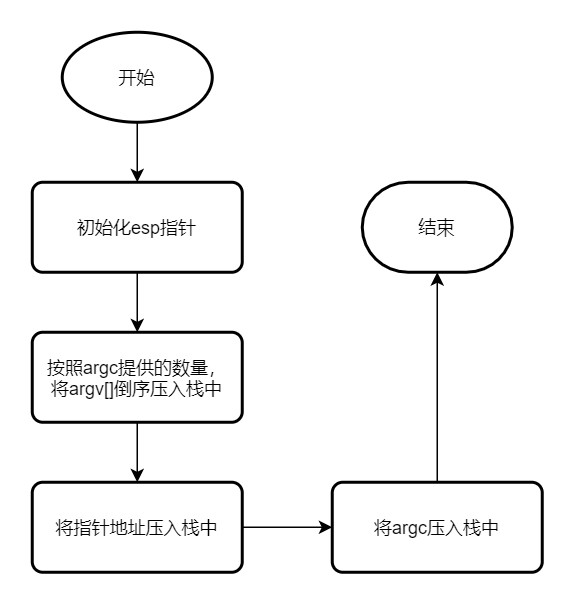
This is doc/pics/push_argument.png from DbettKK/OUR-BEST-OS, a draw.io export, as it was before one commit. Source tidied: cells renumbered, new cells last; positions are measured from the earlier drawing's top-left corner, leaving out a move shared by most shapes. Its diagram source:
```xml
<mxGraphModel>
  <root>
    <mxCell id="0" />
    <mxCell id="1" parent="0" />
    <mxCell id="2" style="edgeStyle=orthogonalEdgeStyle;rounded=0;jettySize=auto;html=1;exitX=0.5;exitY=1;exitDx=0;exitDy=0;exitPerimeter=0;entryX=0.5;entryY=0;entryDx=0;entryDy=0;" parent="1" edge="1" source="3" target="5">
      <mxGeometry relative="1" as="geometry" />
    </mxCell>
    <mxCell id="3" value="开始" style="strokeWidth=2;html=1;shape=mxgraph.flowchart.start_1;whiteSpace=wrap;" parent="1" vertex="1">
      <mxGeometry x="20" width="100" height="60" as="geometry" />
    </mxCell>
    <mxCell id="4" style="edgeStyle=orthogonalEdgeStyle;rounded=0;jettySize=auto;html=1;exitX=0.5;exitY=1;exitDx=0;exitDy=0;entryX=0.5;entryY=0;entryDx=0;entryDy=0;" parent="1" edge="1" source="5" target="7">
      <mxGeometry relative="1" as="geometry" />
    </mxCell>
    <mxCell id="5" value="初始化esp指针" style="rounded=1;whiteSpace=wrap;html=1;absoluteArcSize=1;arcSize=14;strokeWidth=2;" parent="1" vertex="1">
      <mxGeometry y="100" width="140" height="60" as="geometry" />
    </mxCell>
    <mxCell id="6" style="edgeStyle=orthogonalEdgeStyle;rounded=0;jettySize=auto;html=1;exitX=0.5;exitY=1;exitDx=0;exitDy=0;entryX=0.5;entryY=0;entryDx=0;entryDy=0;" parent="1" edge="1" source="7">
      <mxGeometry relative="1" as="geometry">
        <mxPoint x="70" y="300" as="targetPoint" />
      </mxGeometry>
    </mxCell>
    <mxCell id="7" value="按照argc提供的数量，&lt;br&gt;将argv[]倒序压入栈中" style="rounded=1;whiteSpace=wrap;html=1;absoluteArcSize=1;arcSize=14;strokeWidth=2;" parent="1" vertex="1">
      <mxGeometry y="200" width="140" height="60" as="geometry" />
    </mxCell>
    <mxCell id="8" value="结束" style="strokeWidth=2;html=1;shape=mxgraph.flowchart.terminator;whiteSpace=wrap;" parent="1" vertex="1">
      <mxGeometry x="220" y="100" width="100" height="60" as="geometry" />
    </mxCell>
    <mxCell id="9" style="edgeStyle=orthogonalEdgeStyle;rounded=0;jettySize=auto;html=1;exitX=1;exitY=0.5;exitDx=0;exitDy=0;entryX=0;entryY=0.5;entryDx=0;entryDy=0;" parent="1" edge="1" source="10" target="12">
      <mxGeometry relative="1" as="geometry" />
    </mxCell>
    <mxCell id="10" value="将指针地址压入栈中" style="rounded=1;whiteSpace=wrap;html=1;absoluteArcSize=1;arcSize=14;strokeWidth=2;" parent="1" vertex="1">
      <mxGeometry y="300" width="140" height="60" as="geometry" />
    </mxCell>
    <mxCell id="11" style="edgeStyle=orthogonalEdgeStyle;rounded=0;jettySize=auto;html=1;exitX=0.5;exitY=0;exitDx=0;exitDy=0;entryX=0.5;entryY=1;entryDx=0;entryDy=0;entryPerimeter=0;" parent="1" edge="1" source="12" target="8">
      <mxGeometry relative="1" as="geometry" />
    </mxCell>
    <mxCell id="12" value="将argc压入栈中" style="rounded=1;whiteSpace=wrap;html=1;absoluteArcSize=1;arcSize=14;strokeWidth=2;" parent="1" vertex="1">
      <mxGeometry x="200" y="300" width="140" height="60" as="geometry" />
    </mxCell>
  </root>
</mxGraphModel>
```
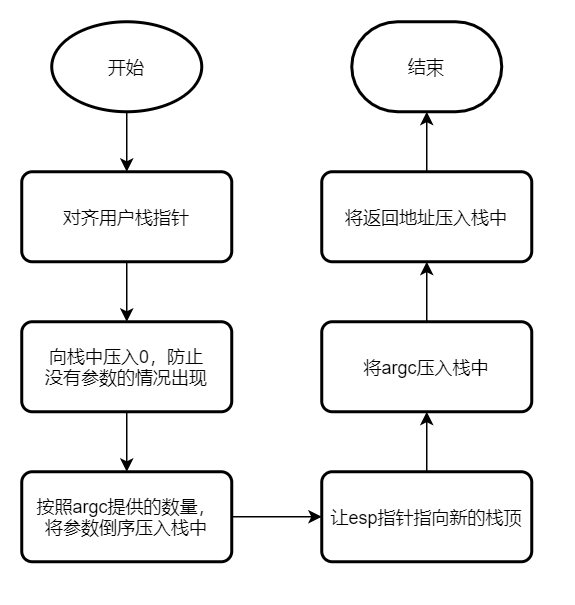
After the change.

Change to the diagram source:
```diff
@@ -11,7 +11,7 @@
     <mxCell id="4" style="edgeStyle=orthogonalEdgeStyle;rounded=0;jettySize=auto;html=1;exitX=0.5;exitY=1;exitDx=0;exitDy=0;entryX=0.5;entryY=0;entryDx=0;entryDy=0;" parent="1" edge="1" source="5" target="7">
       <mxGeometry relative="1" as="geometry" />
     </mxCell>
-    <mxCell id="5" value="初始化esp指针" style="rounded=1;whiteSpace=wrap;html=1;absoluteArcSize=1;arcSize=14;strokeWidth=2;" parent="1" vertex="1">
+    <mxCell id="5" value="对齐用户栈指针" style="rounded=1;whiteSpace=wrap;html=1;absoluteArcSize=1;arcSize=14;strokeWidth=2;" parent="1" vertex="1">
       <mxGeometry y="100" width="140" height="60" as="geometry" />
     </mxCell>
     <mxCell id="6" style="edgeStyle=orthogonalEdgeStyle;rounded=0;jettySize=auto;html=1;exitX=0.5;exitY=1;exitDx=0;exitDy=0;entryX=0.5;entryY=0;entryDx=0;entryDy=0;" parent="1" edge="1" source="7">
@@ -19,23 +19,35 @@
         <mxPoint x="70" y="300" as="targetPoint" />
       </mxGeometry>
     </mxCell>
-    <mxCell id="7" value="按照argc提供的数量，&lt;br&gt;将argv[]倒序压入栈中" style="rounded=1;whiteSpace=wrap;html=1;absoluteArcSize=1;arcSize=14;strokeWidth=2;" parent="1" vertex="1">
+    <mxCell id="7" value="向栈中压入0，防止&lt;br&gt;没有参数的情况出现" style="rounded=1;whiteSpace=wrap;html=1;absoluteArcSize=1;arcSize=14;strokeWidth=2;" parent="1" vertex="1">
       <mxGeometry y="200" width="140" height="60" as="geometry" />
     </mxCell>
     <mxCell id="8" value="结束" style="strokeWidth=2;html=1;shape=mxgraph.flowchart.terminator;whiteSpace=wrap;" parent="1" vertex="1">
-      <mxGeometry x="220" y="100" width="100" height="60" as="geometry" />
+      <mxGeometry x="220" width="100" height="60" as="geometry" />
     </mxCell>
     <mxCell id="9" style="edgeStyle=orthogonalEdgeStyle;rounded=0;jettySize=auto;html=1;exitX=1;exitY=0.5;exitDx=0;exitDy=0;entryX=0;entryY=0.5;entryDx=0;entryDy=0;" parent="1" edge="1" source="10" target="12">
       <mxGeometry relative="1" as="geometry" />
     </mxCell>
-    <mxCell id="10" value="将指针地址压入栈中" style="rounded=1;whiteSpace=wrap;html=1;absoluteArcSize=1;arcSize=14;strokeWidth=2;" parent="1" vertex="1">
+    <mxCell id="10" value="&lt;span&gt;按照argc提供的数量，&lt;/span&gt;&lt;br&gt;&lt;span&gt;将参数倒序压入栈中&lt;/span&gt;" style="rounded=1;whiteSpace=wrap;html=1;absoluteArcSize=1;arcSize=14;strokeWidth=2;" parent="1" vertex="1">
       <mxGeometry y="300" width="140" height="60" as="geometry" />
     </mxCell>
-    <mxCell id="11" style="edgeStyle=orthogonalEdgeStyle;rounded=0;jettySize=auto;html=1;exitX=0.5;exitY=0;exitDx=0;exitDy=0;entryX=0.5;entryY=1;entryDx=0;entryDy=0;entryPerimeter=0;" parent="1" edge="1" source="12" target="8">
+    <mxCell id="11" style="edgeStyle=orthogonalEdgeStyle;rounded=0;jettySize=auto;html=1;exitX=0.5;exitY=0;exitDx=0;exitDy=0;entryX=0.5;entryY=1;entryDx=0;entryDy=0;entryPerimeter=0;" parent="1" edge="1" source="15" target="8">
       <mxGeometry relative="1" as="geometry" />
     </mxCell>
-    <mxCell id="12" value="将argc压入栈中" style="rounded=1;whiteSpace=wrap;html=1;absoluteArcSize=1;arcSize=14;strokeWidth=2;" parent="1" vertex="1">
+    <mxCell id="12" value="&lt;span&gt;让esp指针指向新的栈顶&lt;/span&gt;" style="rounded=1;whiteSpace=wrap;html=1;absoluteArcSize=1;arcSize=14;strokeWidth=2;" parent="1" vertex="1">
       <mxGeometry x="200" y="300" width="140" height="60" as="geometry" />
     </mxCell>
+    <mxCell id="13" value="将argc压入栈中" style="rounded=1;whiteSpace=wrap;html=1;absoluteArcSize=1;arcSize=14;strokeWidth=2;" parent="1" vertex="1">
+      <mxGeometry x="200" y="200" width="140" height="60" as="geometry" />
+    </mxCell>
+    <mxCell id="14" style="edgeStyle=orthogonalEdgeStyle;rounded=0;jettySize=auto;html=1;exitX=0.5;exitY=0;exitDx=0;exitDy=0;entryX=0.5;entryY=1;entryDx=0;entryDy=0;entryPerimeter=0;" parent="1" edge="1" source="12" target="13">
+      <mxGeometry relative="1" as="geometry" />
+    </mxCell>
+    <mxCell id="15" value="将返回地址压入栈中" style="rounded=1;whiteSpace=wrap;html=1;absoluteArcSize=1;arcSize=14;strokeWidth=2;" parent="1" vertex="1">
+      <mxGeometry x="200" y="100" width="140" height="60" as="geometry" />
+    </mxCell>
+    <mxCell id="16" style="edgeStyle=orthogonalEdgeStyle;rounded=0;jettySize=auto;html=1;exitX=0.5;exitY=0;exitDx=0;exitDy=0;entryX=0.5;entryY=1;entryDx=0;entryDy=0;entryPerimeter=0;" parent="1" edge="1" source="13" target="15">
+      <mxGeometry relative="1" as="geometry" />
+    </mxCell>
   </root>
 </mxGraphModel>
```
